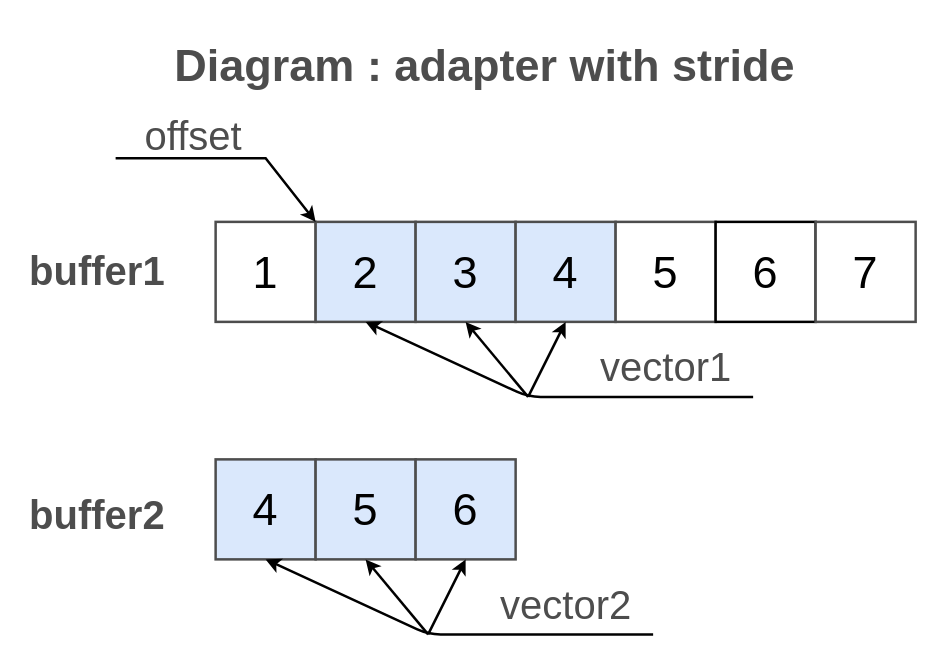
Earlier version of the draw.io diagram page "FromRange" (2 of 3) of doc/img/VectorAdapterFrom.drawio (Wandalen/wMathVector). Source tidied: cells renumbered, new cells numbered last; positions are measured from the earlier drawing's top-left corner, leaving out a move shared by most shapes. Both pictures are drawn from the tidied source at 125%, with x=0, y=0 at pixel (21, 34).
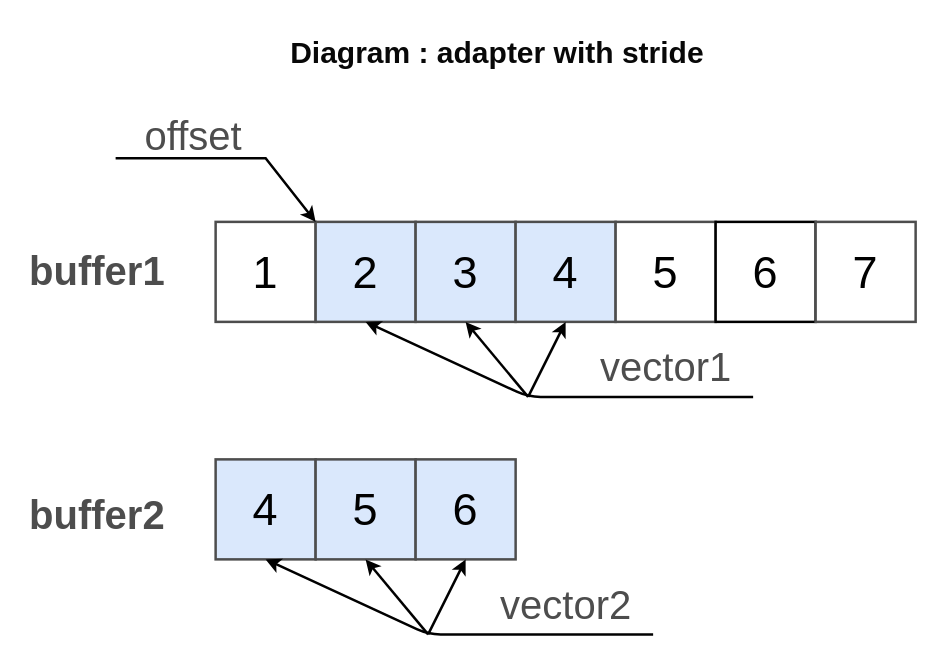
Above is the later version.

Change to the diagram source:
```diff
@@
-<mxGraphModel>
+<mxGraphModel background="#ffffff">
@@
-    <mxCell id="24" value="Diagram : adapter with stride" style="text;html=1;align=center;verticalAlign=middle;fontSize=36;fontColor=#4D4D4D;fontStyle=1;" parent="1" vertex="1">
-      <mxGeometry x="115" width="510" height="50" as="geometry" />
+    <mxCell id="24" value="Diagram : adapter with stride" style="text;html=1;align=center;verticalAlign=middle;fontSize=24;fontColor=#080808;fontStyle=1;" parent="1" vertex="1">
+      <mxGeometry x="125" y="-10" width="510" height="50" as="geometry" />
     </mxCell>
```
